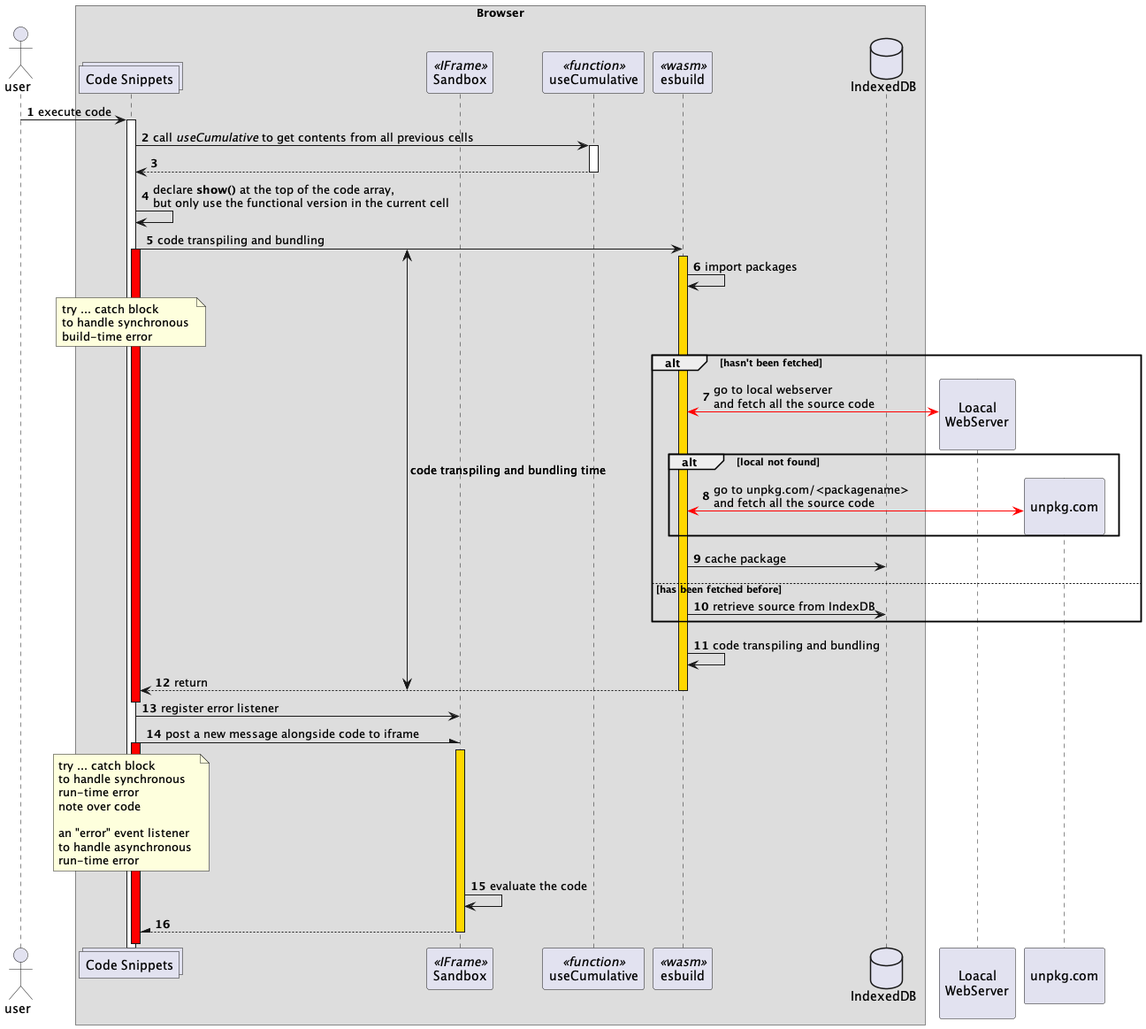
This is diagrams/code-process.png from bsorrentino/js-notebook, a PlantUML export, as it was before one commit.
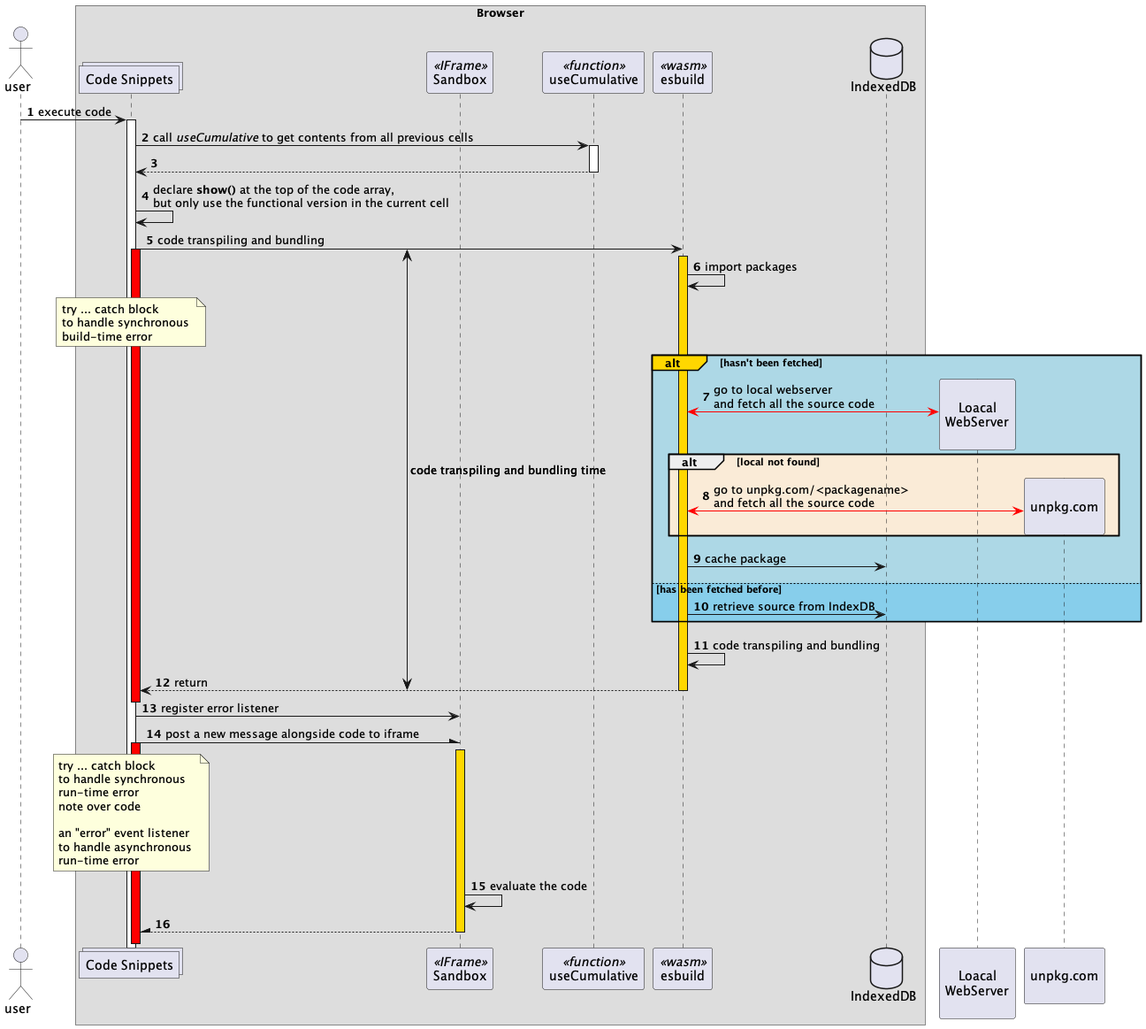
After the change.

Diff of the diagram source:
```diff
@@ -39,15 +39,15 @@
 build-time error
 end note
 
-alt hasn't been fetched
+alt#Gold #LightBlue hasn't been fetched
 
     esbuild <[#red]-> server ** : go to local webserver\nand fetch all the source code
-    alt local not found
+    alt #AntiqueWhite local not found
         esbuild <[#red]-> unpkg ** : go to unpkg.com/<packagename>\nand fetch all the source code
     end
     esbuild -> IndexedDB : cache package
 
-else has been fetched before
+else #SkyBlue has been fetched before
 
     esbuild -> IndexedDB : retrieve source from IndexDB
 
```
